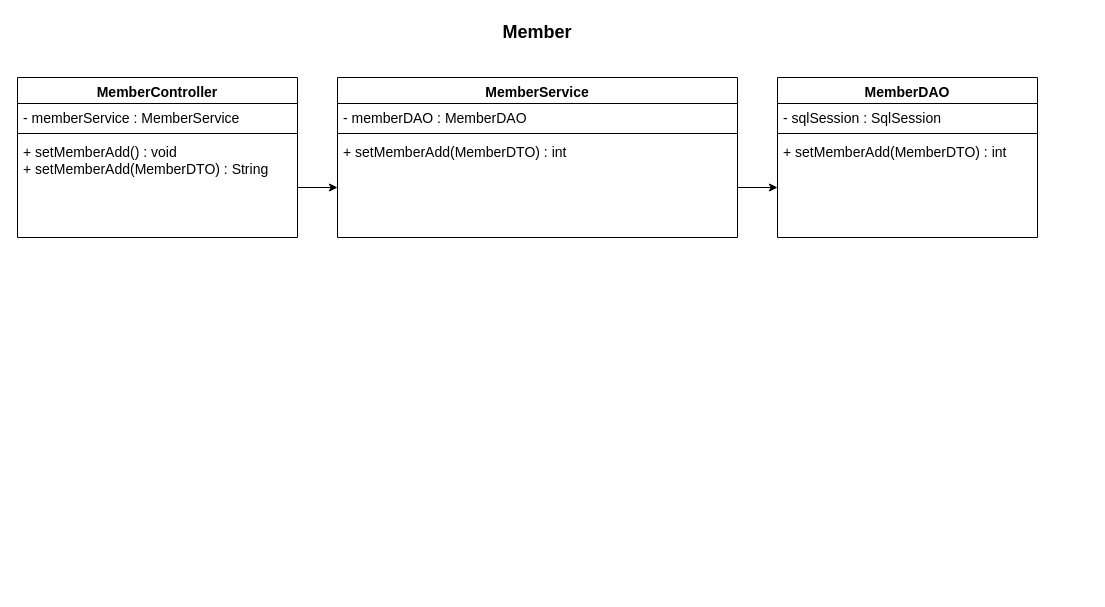
The draw.io diagram page "페이지-3" (3 of 3) of 제목 없는 다이어그램.drawio in WooheeKim/GDJ60_Spring, before the edit. Source tidied: cells renumbered, new cells numbered last; positions are measured from the earlier drawing's top-left corner, leaving out a move shared by most shapes. Both pictures are drawn from the tidied source at 100%, with x=0, y=0 at pixel (17, 17).
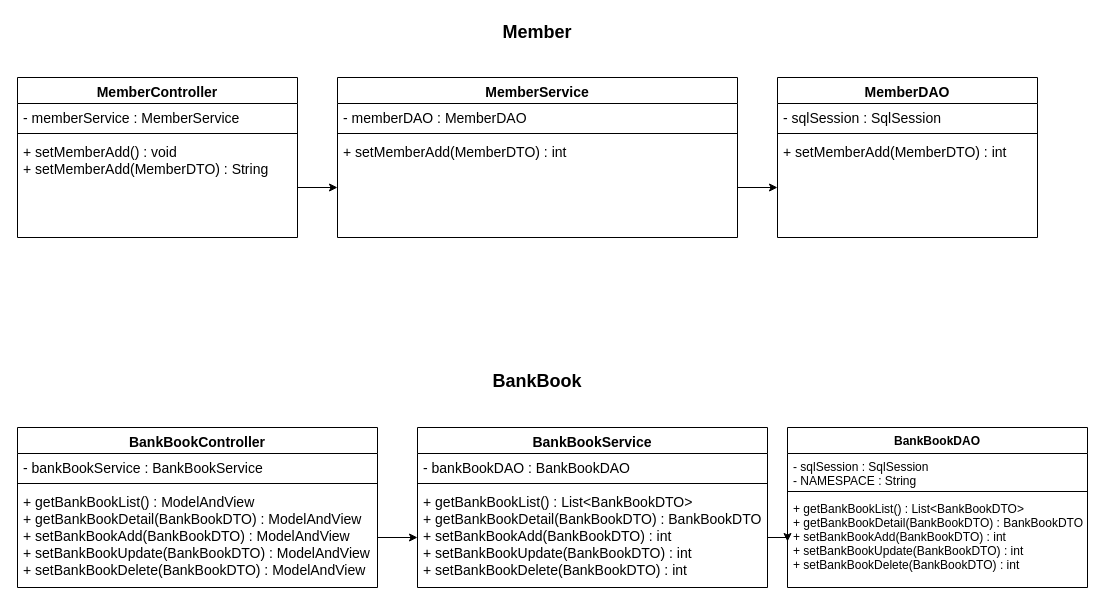
After the change.

What changed in the source:
```diff
@@
+    <mxCell id="17" value="BankBookDAO" style="swimlane;fontStyle=1;align=center;verticalAlign=top;horizontal=1;startSize=26;" parent="1" vertex="1">
+      <mxGeometry x="770" y="410" width="300" height="160" as="geometry" />
+    </mxCell>
+    <mxCell id="18" value="- sqlSession : SqlSession&#10;- NAMESPACE : String" style="text;strokeColor=none;fillColor=none;align=left;verticalAlign=top;spacingLeft=4;spacingRight=4;overflow=hidden;" parent="17" vertex="1">
+      <mxGeometry y="26" width="300" height="34" as="geometry" />
+    </mxCell>
+    <mxCell id="19" style="line;strokeWidth=1;fillColor=none;align=left;verticalAlign=middle;spacingTop=-1;spacingLeft=3;spacingRight=3;labelPosition=right;strokeColor=inherit;" parent="17" vertex="1">
+      <mxGeometry y="60" width="300" height="8" as="geometry" />
+    </mxCell>
+    <mxCell id="20" value="+ getBankBookList() : List&lt;BankBookDTO&gt;&#10;+ getBankBookDetail(BankBookDTO) : BankBookDTO&#10;+ setBankBookAdd(BankBookDTO) : int&#10;+ setBankBookUpdate(BankBookDTO) : int&#10;+ setBankBookDelete(BankBookDTO) : int" style="text;strokeColor=none;fillColor=none;align=left;verticalAlign=top;spacingLeft=4;spacingRight=4;overflow=hidden;points=[[0,0.5],[1,0.5]];portConstraint=eastwest;" parent="17" vertex="1">
+      <mxGeometry y="68" width="300" height="92" as="geometry" />
+    </mxCell>
+    <mxCell id="21" value="BankBook" style="text;html=1;strokeColor=none;fillColor=none;align=center;verticalAlign=middle;whiteSpace=wrap;rounded=0;fontSize=18;fontStyle=1;" parent="1" vertex="1">
+      <mxGeometry x="490" y="349" width="60" height="30" as="geometry" />
+    </mxCell>
+    <mxCell id="22" value="BankBookService" style="swimlane;fontStyle=1;align=center;verticalAlign=top;horizontal=1;startSize=26;fontSize=14;" parent="1" vertex="1">
+      <mxGeometry x="400" y="410" width="350" height="160" as="geometry" />
+    </mxCell>
+    <mxCell id="23" value="- bankBookDAO : BankBookDAO" style="text;strokeColor=none;fillColor=none;align=left;verticalAlign=top;spacingLeft=4;spacingRight=4;overflow=hidden;fontSize=14;" parent="22" vertex="1">
+      <mxGeometry y="26" width="350" height="26" as="geometry" />
+    </mxCell>
+    <mxCell id="24" style="line;strokeWidth=1;fillColor=none;align=left;verticalAlign=middle;spacingTop=-1;spacingLeft=3;spacingRight=3;labelPosition=right;strokeColor=inherit;fontSize=14;" parent="22" vertex="1">
+      <mxGeometry y="52" width="350" height="8" as="geometry" />
+    </mxCell>
+    <mxCell id="25" value="+ getBankBookList() : List&lt;BankBookDTO&gt;&#10;+ getBankBookDetail(BankBookDTO) : BankBookDTO&#10;+ setBankBookAdd(BankBookDTO) : int&#10;+ setBankBookUpdate(BankBookDTO) : int&#10;+ setBankBookDelete(BankBookDTO) : int" style="text;strokeColor=none;fillColor=none;align=left;verticalAlign=top;spacingLeft=4;spacingRight=4;overflow=hidden;points=[[0,0.5],[1,0.5]];portConstraint=eastwest;fontSize=14;" parent="22" vertex="1">
+      <mxGeometry y="60" width="350" height="100" as="geometry" />
+    </mxCell>
+    <mxCell id="26" value="BankBookController" style="swimlane;fontStyle=1;align=center;verticalAlign=top;horizontal=1;startSize=26;fontSize=14;" parent="1" vertex="1">
+      <mxGeometry y="410" width="360" height="160" as="geometry" />
+    </mxCell>
+    <mxCell id="27" value="- bankBookService : BankBookService" style="text;strokeColor=none;fillColor=none;align=left;verticalAlign=top;spacingLeft=4;spacingRight=4;overflow=hidden;fontSize=14;" parent="26" vertex="1">
+      <mxGeometry y="26" width="360" height="26" as="geometry" />
+    </mxCell>
+    <mxCell id="28" style="line;strokeWidth=1;fillColor=none;align=left;verticalAlign=middle;spacingTop=-1;spacingLeft=3;spacingRight=3;labelPosition=right;strokeColor=inherit;fontSize=14;" parent="26" vertex="1">
+      <mxGeometry y="52" width="360" height="8" as="geometry" />
+    </mxCell>
+    <mxCell id="29" value="+ getBankBookList() : ModelAndView&#10;+ getBankBookDetail(BankBookDTO) : ModelAndView&#10;+ setBankBookAdd(BankBookDTO) : ModelAndView&#10;+ setBankBookUpdate(BankBookDTO) : ModelAndView&#10;+ setBankBookDelete(BankBookDTO) : ModelAndView" style="text;strokeColor=none;fillColor=none;align=left;verticalAlign=top;spacingLeft=4;spacingRight=4;overflow=hidden;points=[[0,0.5],[1,0.5]];portConstraint=eastwest;fontSize=14;" parent="26" vertex="1">
+      <mxGeometry y="60" width="360" height="100" as="geometry" />
+    </mxCell>
+    <mxCell id="30" style="edgeStyle=orthogonalEdgeStyle;rounded=0;jettySize=auto;html=1;exitX=1;exitY=0.5;exitDx=0;exitDy=0;entryX=0;entryY=0.5;entryDx=0;entryDy=0;fontSize=18;" parent="1" edge="1" source="29" target="25">
+      <mxGeometry relative="1" as="geometry" />
+    </mxCell>
+    <mxCell id="31" style="edgeStyle=orthogonalEdgeStyle;rounded=0;jettySize=auto;html=1;exitX=1;exitY=0.5;exitDx=0;exitDy=0;entryX=0;entryY=0.5;entryDx=0;entryDy=0;fontSize=18;" parent="1" edge="1" source="25" target="20">
+      <mxGeometry relative="1" as="geometry" />
+    </mxCell>
```
